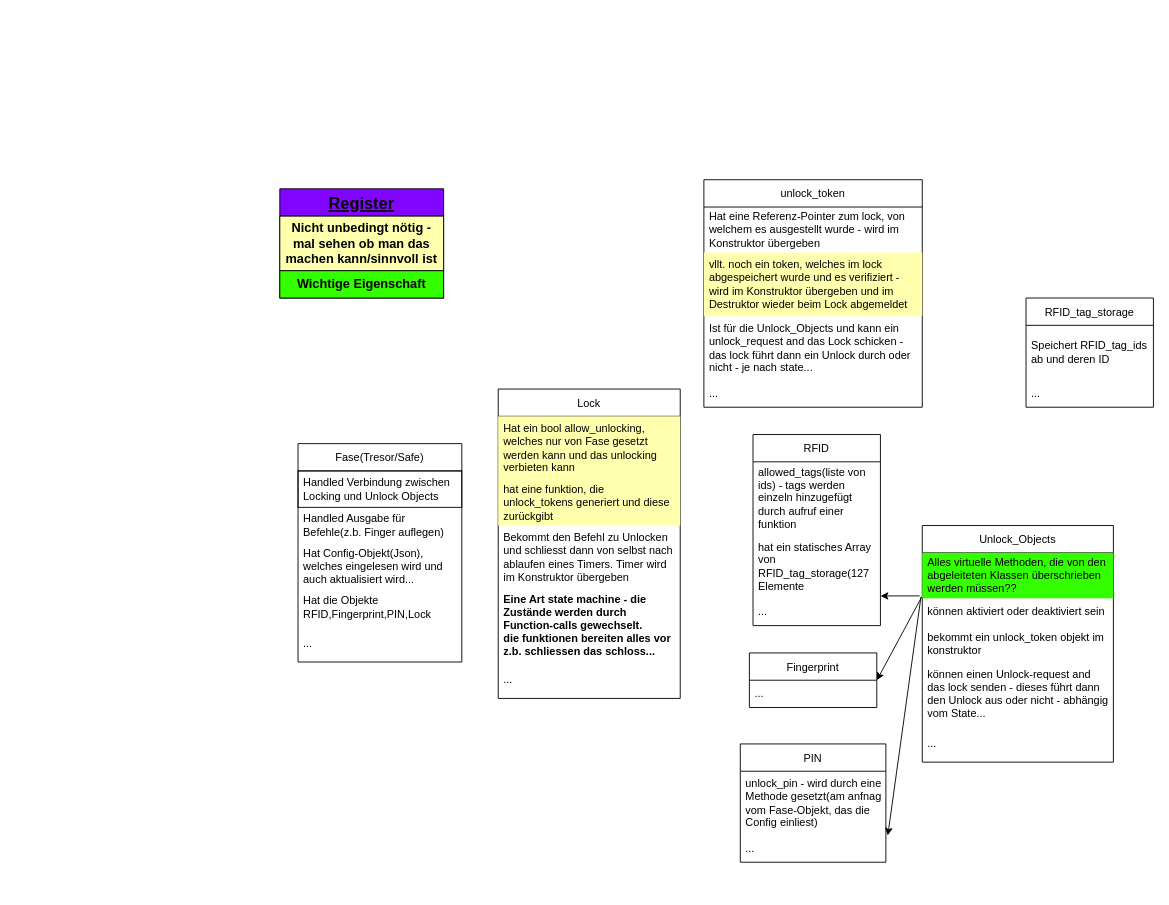
The draw.io diagram page "grobe Strukturierung" (1 of 2) of first draft.drawio in Jair-F/Safe, before the edit. Source tidied: cells renumbered, new cells numbered last; positions are measured from the earlier drawing's top-left corner, leaving out a move shared by most shapes. Both pictures are drawn from the tidied source at 91%, with x=0, y=0 at pixel (279, 179).
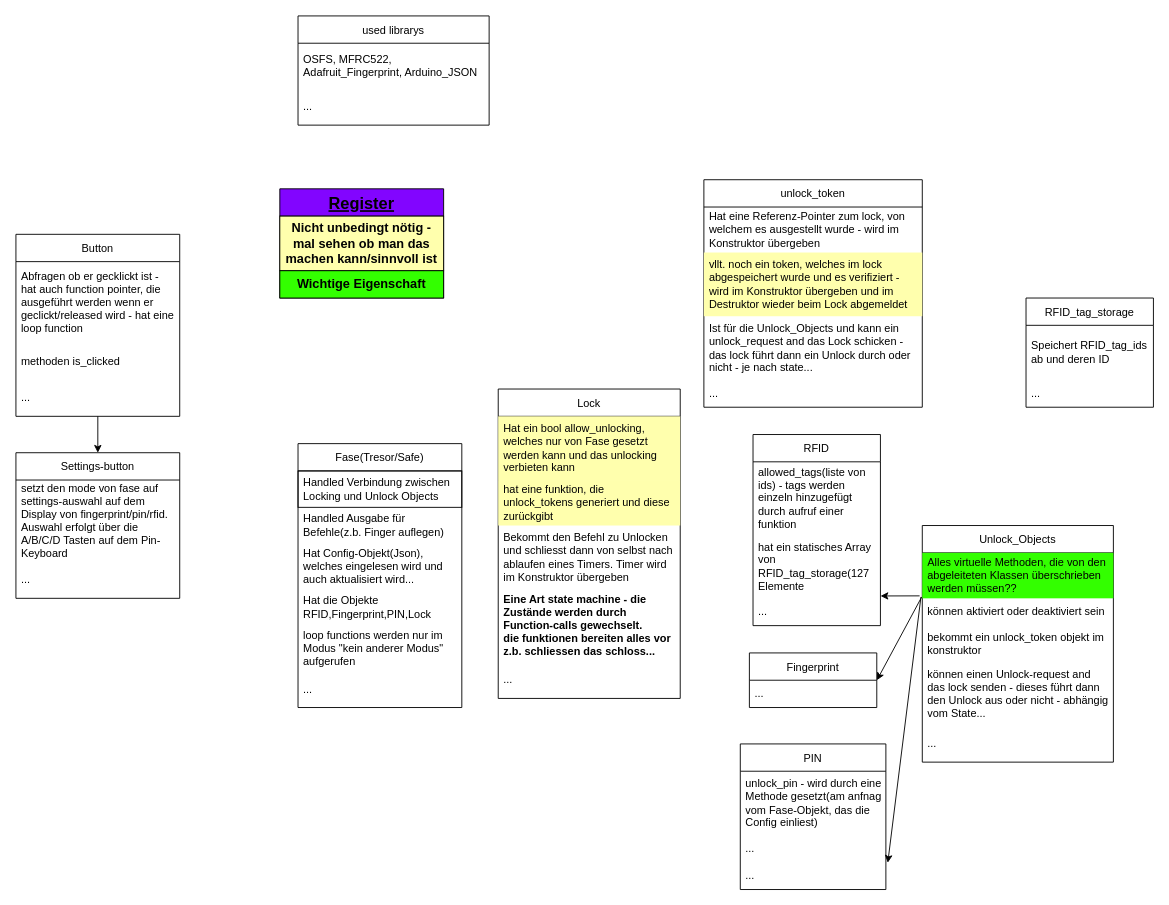
After the change.

The change refers to these unchanged cells:
```xml
<mxCell id="20" value="Lock" style="swimlane;fontStyle=0;horizontal=1;startSize=30;" parent="1" vertex="1">
  <mxGeometry x="240" y="230" width="200" height="340" as="geometry" />
</mxCell>
<mxCell id="26" value="Unlock_Objects" style="swimlane;fontStyle=0;horizontal=1;startSize=30;" parent="1" vertex="1">
  <mxGeometry x="706" y="380" width="210" height="260" as="geometry" />
</mxCell>
<mxCell id="32" value="unlock_token" style="swimlane;fontStyle=0;horizontal=1;startSize=30;rounded=0;glass=0;labelBackgroundColor=none;labelBorderColor=none;fontFamily=Helvetica;fontSize=12;fontColor=default;strokeColor=default;fillColor=none;gradientColor=none;html=0;" parent="1" vertex="1">
  <mxGeometry x="466" width="240" height="250" as="geometry" />
</mxCell>
```

What changed in the source:
```diff
@@
     <mxCell id="5" value="Fase(Tresor/Safe)" style="swimlane;fontStyle=0;horizontal=1;startSize=30;" parent="1" vertex="1">
-      <mxGeometry x="20" y="290" width="180" height="240" as="geometry" />
+      <mxGeometry x="20" y="290" width="180" height="290" as="geometry" />
     </mxCell>
@@
+    <mxCell id="43" value="loop functions werden nur im Modus &quot;kein anderer Modus&quot; aufgerufen" style="text;strokeColor=none;fillColor=none;align=left;verticalAlign=middle;spacingLeft=4;spacingRight=4;overflow=hidden;labelBorderColor=none;labelBackgroundColor=none;whiteSpace=wrap;" parent="5" vertex="1">
+      <mxGeometry y="200" width="180" height="50" as="geometry" />
+    </mxCell>
     <mxCell id="10" value="..." style="text;strokeColor=none;fillColor=none;align=left;verticalAlign=middle;spacingLeft=4;spacingRight=4;overflow=hidden;labelBorderColor=none;labelBackgroundColor=none;whiteSpace=wrap;" parent="5" vertex="1">
-      <mxGeometry y="200" width="180" height="40" as="geometry" />
+      <mxGeometry y="250" width="180" height="40" as="geometry" />
     </mxCell>
@@
     <mxCell id="17" value="PIN" style="swimlane;fontStyle=0;horizontal=1;startSize=30;" parent="1" vertex="1">
-      <mxGeometry x="506" y="620" width="160" height="130" as="geometry" />
+      <mxGeometry x="506" y="620" width="160" height="160" as="geometry" />
     </mxCell>
@@
+    <mxCell id="44" value="..." style="text;strokeColor=none;fillColor=none;align=left;verticalAlign=middle;spacingLeft=4;spacingRight=4;overflow=hidden;whiteSpace=wrap;" parent="17" vertex="1">
+      <mxGeometry y="100" width="160" height="30" as="geometry" />
+    </mxCell>
     <mxCell id="19" value="..." style="text;strokeColor=none;fillColor=none;align=left;verticalAlign=middle;spacingLeft=4;spacingRight=4;overflow=hidden;points=[[0,0.5],[1,0.5]];portConstraint=eastwest;whiteSpace=wrap;" parent="17" vertex="1">
-      <mxGeometry y="100" width="160" height="30" as="geometry" />
+      <mxGeometry y="130" width="160" height="30" as="geometry" />
     </mxCell>
@@
-    <mxCell id="21" value="Hat ein bool allow_unlocking, welches nur von Fase gesetzt werden kann und das unlocking verbieten kann" style="text;strokeColor=none;fillColor=#FFFFAD;align=left;verticalAlign=middle;spacingLeft=4;spacingRight=4;overflow=hidden;labelBorderColor=none;labelBackgroundColor=none;whiteSpace=wrap;fontStyle=0;" parent="20" vertex="1">
+    <mxCell id="21" value="Hat ein bool allow_unlocking, welches nur von Fase gesetzt werden kann und das unlocking verbieten kann" style="text;strokeColor=none;fillColor=#FFFFAD;align=left;verticalAlign=middle;spacingLeft=4;spacingRight=4;overflow=hidden;labelBorderColor=none;labelBackgroundColor=none;whiteSpace=wrap;fontStyle=0;fontColor=#000000;" parent="20" vertex="1">
       <mxGeometry y="30" width="200" height="70" as="geometry" />
     </mxCell>
-    <mxCell id="22" value="hat eine funktion, die unlock_tokens generiert und diese zurückgibt" style="text;strokeColor=none;fillColor=#FFFFAD;align=left;verticalAlign=middle;spacingLeft=4;spacingRight=4;overflow=hidden;labelBorderColor=none;labelBackgroundColor=none;whiteSpace=wrap;gradientColor=none;rounded=0;shadow=0;sketch=0;glass=0;" parent="20" vertex="1">
+    <mxCell id="22" value="hat eine funktion, die unlock_tokens generiert und diese zurückgibt" style="text;strokeColor=none;fillColor=#FFFFAD;align=left;verticalAlign=middle;spacingLeft=4;spacingRight=4;overflow=hidden;labelBorderColor=none;labelBackgroundColor=none;whiteSpace=wrap;gradientColor=none;rounded=0;shadow=0;sketch=0;glass=0;fontColor=#000000;" parent="20" vertex="1">
       <mxGeometry y="100" width="200" height="50" as="geometry" />
     </mxCell>
@@
-    <mxCell id="27" value="Alles virtuelle Methoden, die von den abgeleiteten Klassen überschrieben werden müssen??" style="text;strokeColor=none;fillColor=#33FF00;align=left;verticalAlign=middle;spacingLeft=4;spacingRight=4;overflow=hidden;labelBorderColor=none;labelBackgroundColor=none;whiteSpace=wrap;" parent="26" vertex="1">
+    <mxCell id="27" value="Alles virtuelle Methoden, die von den abgeleiteten Klassen überschrieben werden müssen??" style="text;strokeColor=none;fillColor=#33FF00;align=left;verticalAlign=middle;spacingLeft=4;spacingRight=4;overflow=hidden;labelBorderColor=none;labelBackgroundColor=none;whiteSpace=wrap;fontColor=#000000;" parent="26" vertex="1">
       <mxGeometry y="30" width="210" height="50" as="geometry" />
     </mxCell>
@@
-    <mxCell id="34" value="vllt. noch ein token, welches im lock abgespeichert wurde und es verifiziert - wird im Konstruktor übergeben und im Destruktor wieder beim Lock abgemeldet" style="text;strokeColor=none;fillColor=#FFFFAD;align=left;verticalAlign=middle;spacingLeft=4;spacingRight=4;overflow=hidden;whiteSpace=wrap;gradientColor=none;gradientDirection=radial;" parent="32" vertex="1">
+    <mxCell id="34" value="vllt. noch ein token, welches im lock abgespeichert wurde und es verifiziert - wird im Konstruktor übergeben und im Destruktor wieder beim Lock abgemeldet" style="text;strokeColor=none;fillColor=#FFFFAD;align=left;verticalAlign=middle;spacingLeft=4;spacingRight=4;overflow=hidden;whiteSpace=wrap;gradientColor=none;gradientDirection=radial;fontColor=#000000;" parent="32" vertex="1">
       <mxGeometry y="80" width="240" height="70" as="geometry" />
     </mxCell>
@@
-    <mxCell id="37" value="Register" style="swimlane;fontStyle=5;horizontal=1;startSize=30;rounded=0;glass=0;labelBackgroundColor=none;labelBorderColor=none;fontFamily=Helvetica;fontSize=18;fontColor=default;strokeColor=default;fillColor=#8205FF;gradientColor=none;gradientDirection=radial;html=0;" parent="1" vertex="1">
+    <mxCell id="37" value="Register" style="swimlane;fontStyle=5;horizontal=1;startSize=30;rounded=0;glass=0;labelBackgroundColor=none;labelBorderColor=none;fontFamily=Helvetica;fontSize=18;fontColor=#000000;strokeColor=default;fillColor=#8205FF;gradientColor=none;gradientDirection=radial;html=0;" parent="1" vertex="1">
       <mxGeometry y="10" width="180" height="120" as="geometry" />
     </mxCell>
-    <mxCell id="38" value="Nicht unbedingt nötig - mal sehen ob man das machen kann/sinnvoll ist" style="rounded=0;whiteSpace=wrap;html=1;glass=0;labelBackgroundColor=none;labelBorderColor=none;fontFamily=Helvetica;fontSize=14;fontColor=default;strokeColor=default;fillColor=#FFFFAD;gradientColor=none;gradientDirection=radial;fontStyle=1;labelPadding=0;overflow=hidden;absoluteArcSize=0;imageAspect=1;" parent="37" vertex="1">
+    <mxCell id="38" value="Nicht unbedingt nötig - mal sehen ob man das machen kann/sinnvoll ist" style="rounded=0;whiteSpace=wrap;html=1;glass=0;labelBackgroundColor=none;labelBorderColor=none;fontFamily=Helvetica;fontSize=14;fontColor=#030303;strokeColor=default;fillColor=#FFFFAD;gradientColor=none;gradientDirection=radial;fontStyle=1;labelPadding=0;overflow=hidden;absoluteArcSize=0;imageAspect=1;" parent="37" vertex="1">
       <mxGeometry y="30" width="180" height="60" as="geometry" />
     </mxCell>
-    <mxCell id="39" value="Wichtige Eigenschaft" style="rounded=0;whiteSpace=wrap;html=1;glass=0;labelBackgroundColor=none;labelBorderColor=none;fontFamily=Helvetica;fontSize=14;fontColor=default;strokeColor=default;fillColor=#33FF00;gradientColor=none;gradientDirection=radial;fontStyle=1;labelPadding=0;overflow=hidden;absoluteArcSize=0;imageAspect=1;" parent="37" vertex="1">
+    <mxCell id="39" value="Wichtige Eigenschaft" style="rounded=0;whiteSpace=wrap;html=1;glass=0;labelBackgroundColor=none;labelBorderColor=none;fontFamily=Helvetica;fontSize=14;fontColor=#000000;strokeColor=default;fillColor=#33FF00;gradientColor=none;gradientDirection=radial;fontStyle=1;labelPadding=0;overflow=hidden;absoluteArcSize=0;imageAspect=1;" parent="37" vertex="1">
       <mxGeometry y="90" width="180" height="30" as="geometry" />
     </mxCell>
@@
+    <mxCell id="45" style="edgeStyle=orthogonalEdgeStyle;rounded=0;jettySize=auto;html=1;fontColor=#000000;" parent="1" edge="1" source="46" target="50">
+      <mxGeometry relative="1" as="geometry" />
+    </mxCell>
+    <mxCell id="46" value="Button" style="swimlane;fontStyle=0;horizontal=1;startSize=30;" parent="1" vertex="1">
+      <mxGeometry x="-290" y="60" width="180" height="200" as="geometry" />
+    </mxCell>
+    <mxCell id="47" value="Abfragen ob er gecklickt ist - hat auch function pointer, die ausgeführt werden wenn er geclickt/released wird - hat eine loop function" style="text;strokeColor=none;fillColor=none;align=left;verticalAlign=middle;spacingLeft=4;spacingRight=4;overflow=hidden;labelBorderColor=none;labelBackgroundColor=none;whiteSpace=wrap;" parent="46" vertex="1">
+      <mxGeometry y="30" width="180" height="90" as="geometry" />
+    </mxCell>
+    <mxCell id="48" value="methoden is_clicked" style="text;strokeColor=none;fillColor=none;align=left;verticalAlign=middle;spacingLeft=4;spacingRight=4;overflow=hidden;labelBorderColor=none;labelBackgroundColor=none;whiteSpace=wrap;" parent="46" vertex="1">
+      <mxGeometry y="120" width="180" height="40" as="geometry" />
+    </mxCell>
+    <mxCell id="49" value="..." style="text;strokeColor=none;fillColor=none;align=left;verticalAlign=middle;spacingLeft=4;spacingRight=4;overflow=hidden;labelBorderColor=none;labelBackgroundColor=none;whiteSpace=wrap;" parent="46" vertex="1">
+      <mxGeometry y="160" width="180" height="40" as="geometry" />
+    </mxCell>
+    <mxCell id="50" value="Settings-button" style="swimlane;fontStyle=0;horizontal=1;startSize=30;" parent="1" vertex="1">
+      <mxGeometry x="-290" y="300" width="180" height="160" as="geometry" />
+    </mxCell>
+    <mxCell id="51" value="setzt den mode von fase auf settings-auswahl auf dem Display von fingerprint/pin/rfid. Auswahl erfolgt über die A/B/C/D Tasten auf dem Pin-Keyboard" style="text;strokeColor=none;fillColor=none;align=left;verticalAlign=middle;spacingLeft=4;spacingRight=4;overflow=hidden;labelBorderColor=none;labelBackgroundColor=none;whiteSpace=wrap;" parent="50" vertex="1">
+      <mxGeometry y="30" width="180" height="90" as="geometry" />
+    </mxCell>
+    <mxCell id="52" value="..." style="text;strokeColor=none;fillColor=none;align=left;verticalAlign=middle;spacingLeft=4;spacingRight=4;overflow=hidden;labelBorderColor=none;labelBackgroundColor=none;whiteSpace=wrap;" parent="50" vertex="1">
+      <mxGeometry y="120" width="180" height="40" as="geometry" />
+    </mxCell>
+    <mxCell id="53" value="used librarys" style="swimlane;fontStyle=0;horizontal=1;startSize=30;" parent="1" vertex="1">
+      <mxGeometry x="20" y="-180" width="210" height="120" as="geometry" />
+    </mxCell>
+    <mxCell id="54" value="OSFS, MFRC522, Adafruit_Fingerprint, Arduino_JSON" style="text;strokeColor=none;fillColor=none;align=left;verticalAlign=middle;spacingLeft=4;spacingRight=4;overflow=hidden;labelBorderColor=none;labelBackgroundColor=none;whiteSpace=wrap;" parent="53" vertex="1">
+      <mxGeometry y="30" width="210" height="50" as="geometry" />
+    </mxCell>
+    <mxCell id="55" value="..." style="text;strokeColor=none;fillColor=none;align=left;verticalAlign=middle;spacingLeft=4;spacingRight=4;overflow=hidden;labelBorderColor=none;labelBackgroundColor=none;whiteSpace=wrap;" parent="53" vertex="1">
+      <mxGeometry y="80" width="210" height="40" as="geometry" />
+    </mxCell>
```
